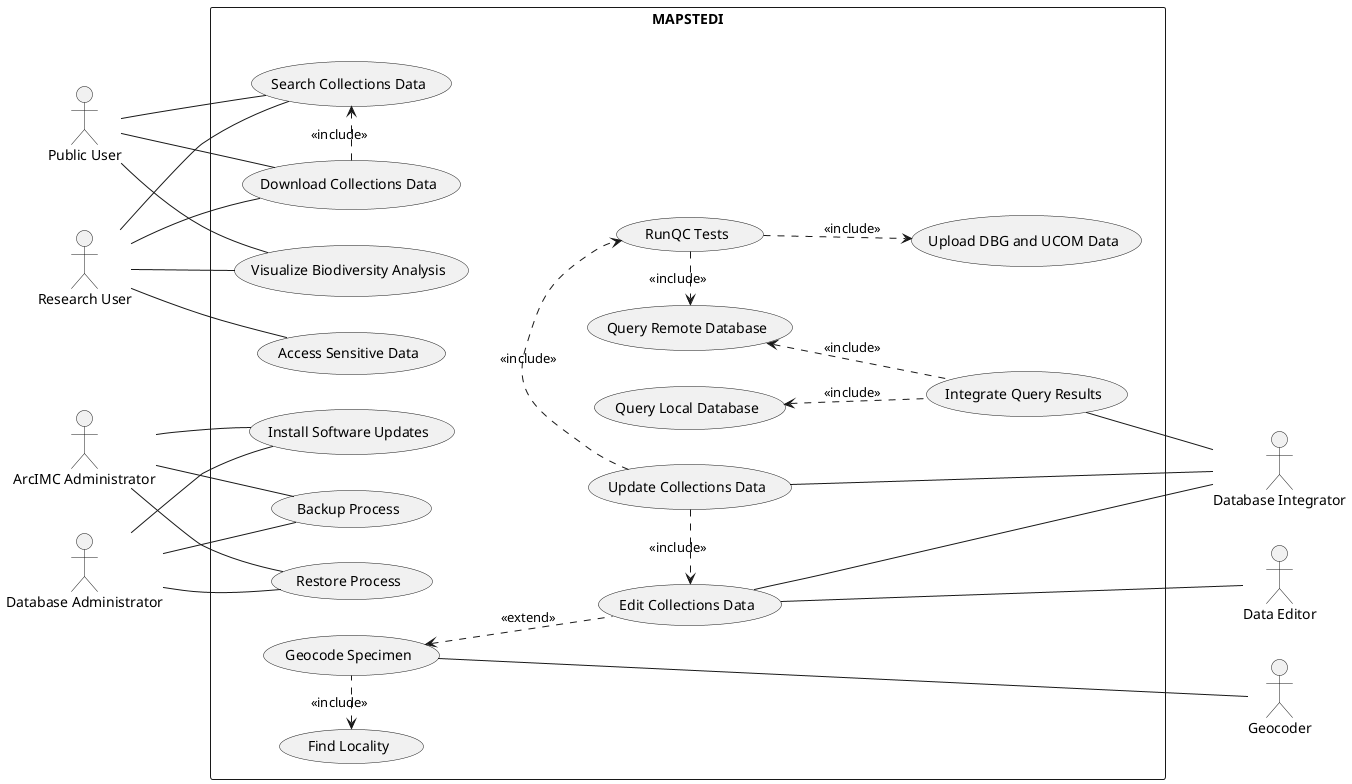
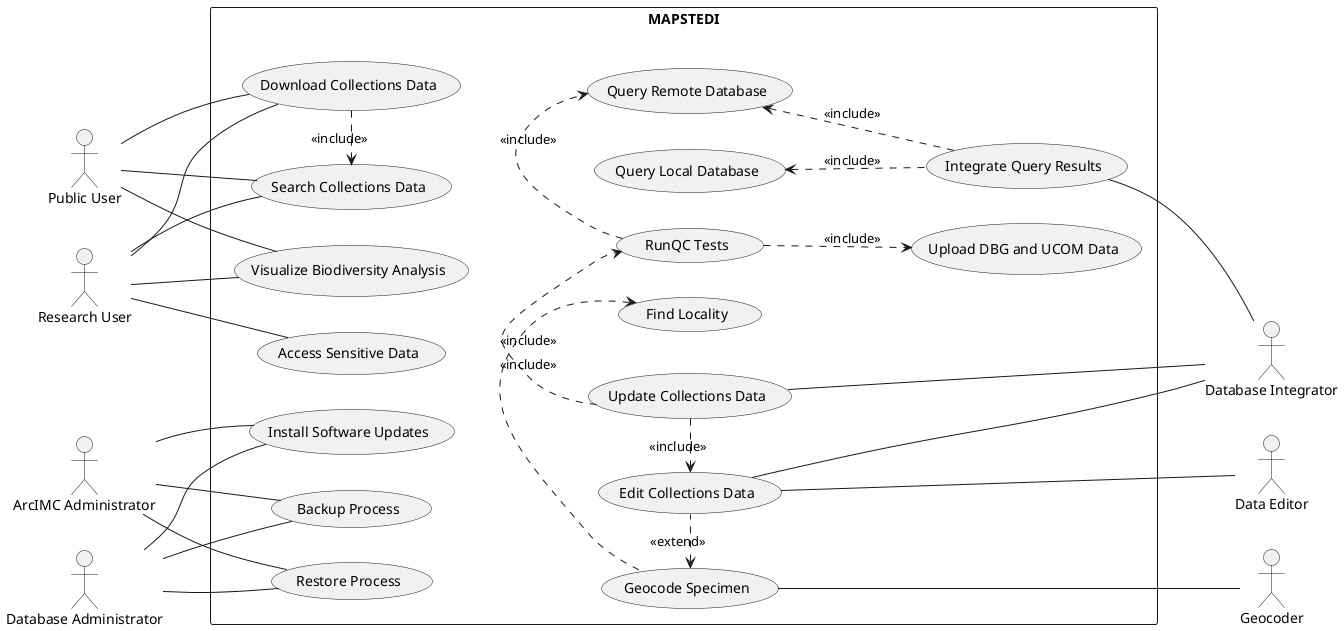
@startuml MAPSTEDI_UseCaseModel

left to right direction

' ---------- Actors ----------
actor "Public User"            as PublicUser
actor "Research User"          as ResearchUser

actor "ArcIMC Administrator"   as ArcIMCAdmin
actor "Database Administrator" as DBAdmin

together {
  actor "Geocoder"               as Geocoder
  actor "Database Integrator"    as DBIntegrator
  actor "Data Editor"            as DataEditor
}

rectangle MAPSTEDI {

  ' ----- Database Access -----
  together {
    together {
      usecase "Download Collections Data"       as UC_Download
      usecase "Search Collections Data"         as UC_Search
    }
    usecase "Visualize Biodiversity Analysis" as UC_Visualize
    usecase "Access Sensitive Data"           as UC_AccessSensitive
  }

  together {
    ' ----- Administrative Process -----
    usecase "Backup Process"           as UC_Backup
    usecase "Restore Process"          as UC_Restore
    usecase "Install Software Updates" as UC_Install
  }

  together {

-     usecase "RunQC Tests"              as UC_RunQC
+     together {
+       usecase "RunQC Tests"              as UC_RunQC
+       usecase "Query Remote Database" as UC_QueryRemote
+     }
+ 
    usecase "Upload DBG and UCOM Data" as UC_Upload

    usecase "Integrate Query Results"  as UC_Integrate
-     usecase "Query Remote Database" as UC_QueryRemote
+ 
    usecase "Query Local Database"  as UC_QueryLocal

    ' ----- Database Edits -----
    usecase "Edit Collections Data"    as UC_Edit
    usecase "Update Collections Data"  as UC_Update
- 

    together {
      usecase "Geocode Specimen" as UC_Geocode
      usecase "Find Locality"    as UC_FindLocality
    }
  }
}

' ---------- Actor associations ----------
PublicUser   -- UC_Download
PublicUser   -- UC_Search
PublicUser   -- UC_Visualize

ResearchUser -- UC_Download
ResearchUser -- UC_Search
ResearchUser -- UC_Visualize
ResearchUser -- UC_AccessSensitive

ArcIMCAdmin  -- UC_Backup
ArcIMCAdmin  -- UC_Restore
ArcIMCAdmin  -- UC_Install

DBAdmin      -- UC_Backup
DBAdmin      -- UC_Restore
DBAdmin      -- UC_Install

DBIntegrator -u- UC_Integrate
DBIntegrator -u- UC_Update
DBIntegrator -u- UC_Edit

Geocoder     -u- UC_Geocode
DataEditor   -u- UC_Edit

' ---------- Include / Extend ----------
UC_Download    .r.> UC_Search       : <<include>>

UC_Integrate   .u.> UC_QueryLocal   : <<include>>
UC_Integrate   .u.> UC_QueryRemote  : <<include>>
UC_Update      .r.> UC_Edit         : <<include>>
UC_Update      .r.> UC_RunQC        : <<include>>
+ 
UC_RunQC       .r.> UC_QueryRemote  : <<include>>
UC_RunQC       .d.> UC_Upload       : <<include>>

- UC_Edit        .u.> UC_Geocode      : <<extend>>
+ UC_Edit        .l.> UC_Geocode      : <<extend>>
UC_Geocode     .l.> UC_FindLocality : <<include>>

+ UC_Search -[hidden]d-> UC_QueryLocal
+ UC_Restore -[hidden]-> UC_FindLocality
+ UC_Integrate -[hidden]l-> UC_Upload
@enduml
